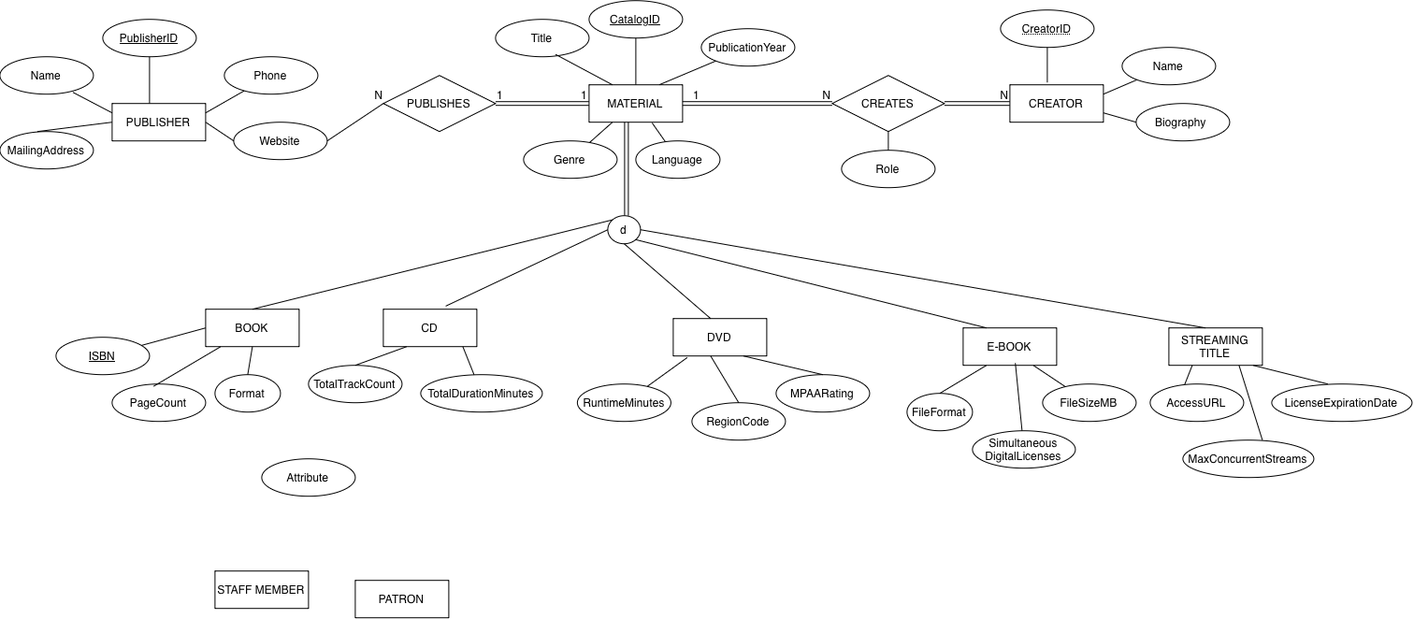
Earlier version of the draw.io export Untitled Diagram.drawio.png (nifemiolayiwola/ER-diagram). Source tidied: cells renumbered, new cells last; positions are measured from the earlier drawing's top-left corner, leaving out a move shared by most shapes.
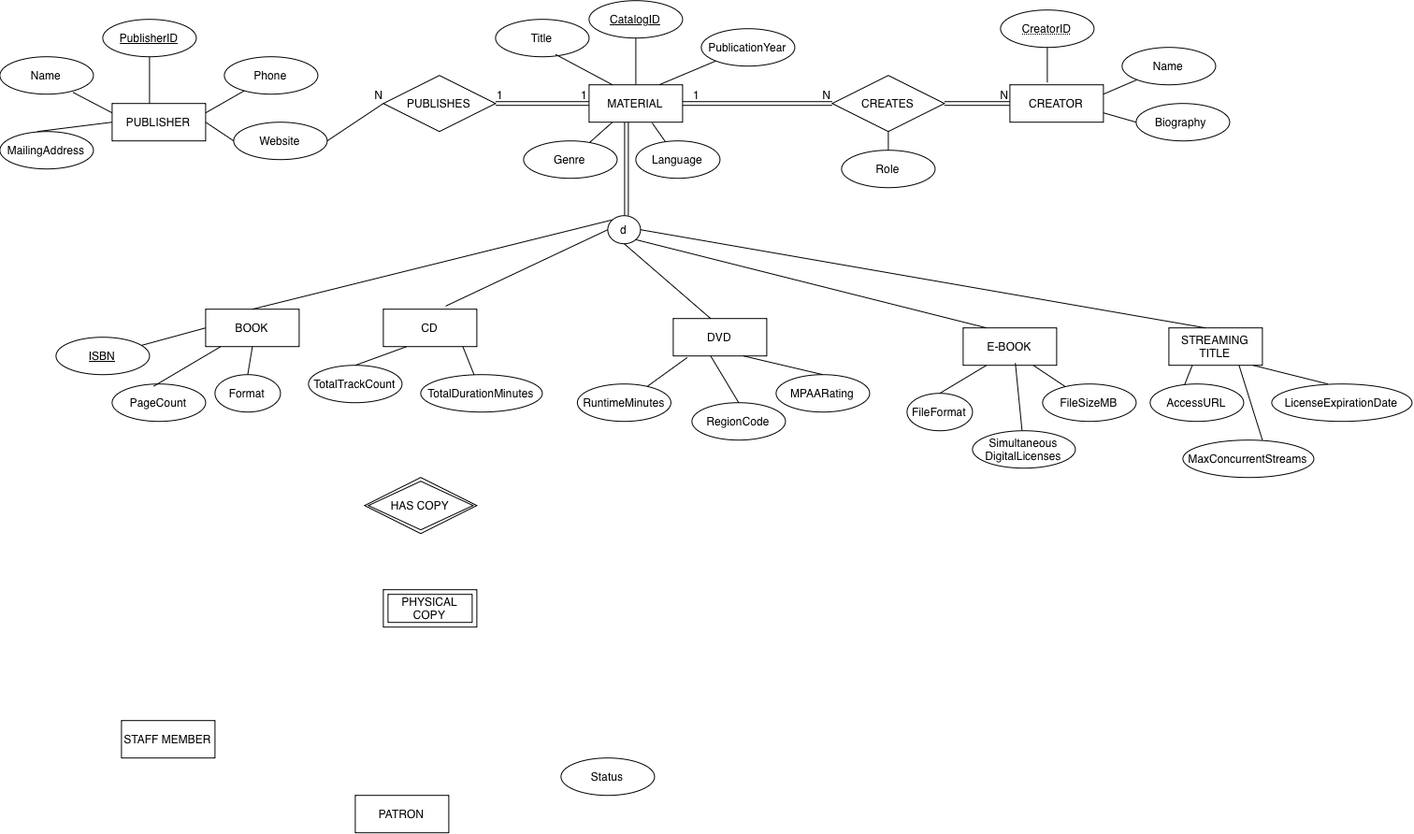
After the commit.

Diff of the diagram source:
```diff
@@ -52,10 +52,10 @@
       <mxGeometry x="630" y="90" width="100" height="40" as="geometry" />
     </mxCell>
     <mxCell id="17" value="PATRON" style="whiteSpace=wrap;html=1;align=center;" parent="1" vertex="1">
-      <mxGeometry x="380" y="620" width="100" height="40" as="geometry" />
+      <mxGeometry x="380" y="850" width="100" height="40" as="geometry" />
     </mxCell>
     <mxCell id="18" value="STAFF MEMBER" style="whiteSpace=wrap;html=1;align=center;" parent="1" vertex="1">
-      <mxGeometry x="230" y="610" width="100" height="40" as="geometry" />
+      <mxGeometry x="130" y="770" width="100" height="40" as="geometry" />
     </mxCell>
     <mxCell id="19" value="CD" style="whiteSpace=wrap;html=1;align=center;" parent="1" vertex="1">
       <mxGeometry x="410" y="330" width="100" height="40" as="geometry" />
@@ -262,8 +262,8 @@
     <mxCell id="82" style="endArrow=none;html=1;rounded=0;exitX=0.75;exitY=1;exitDx=0;exitDy=0;" parent="1" edge="1" source="21" target="59">
       <mxGeometry relative="1" as="geometry" />
     </mxCell>
-    <mxCell id="83" value="Attribute" style="ellipse;whiteSpace=wrap;html=1;align=center;" parent="1" vertex="1">
-      <mxGeometry x="280" y="490" width="100" height="40" as="geometry" />
+    <mxCell id="83" value="Status" style="ellipse;whiteSpace=wrap;html=1;align=center;" parent="1" vertex="1">
+      <mxGeometry x="600" y="810" width="100" height="40" as="geometry" />
     </mxCell>
     <mxCell id="84" value="LicenseExpirationDate" style="ellipse;whiteSpace=wrap;html=1;align=center;" parent="1" vertex="1">
       <mxGeometry x="1360" y="410" width="150" height="40" as="geometry" />
@@ -279,5 +279,11 @@
         <mxPoint x="1350" y="470" as="sourcePoint" />
       </mxGeometry>
     </mxCell>
+    <mxCell id="88" value="PHYSICAL COPY" style="shape=ext;margin=3;double=1;whiteSpace=wrap;html=1;align=center;" parent="1" vertex="1">
+      <mxGeometry x="410" y="630" width="100" height="40" as="geometry" />
+    </mxCell>
+    <mxCell id="89" value="HAS COPY" style="shape=rhombus;double=1;perimeter=rhombusPerimeter;whiteSpace=wrap;html=1;align=center;" parent="1" vertex="1">
+      <mxGeometry x="390" y="510" width="120" height="60" as="geometry" />
+    </mxCell>
   </root>
 </mxGraphModel>
```
